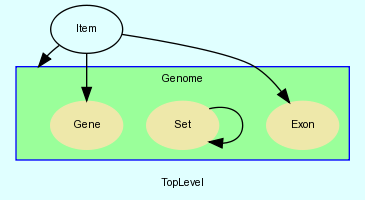
The Graphviz diagram doc/dot/f_1.png in ddiez/seqminer, before a commit. Its source is kept beside it as doc/dot/f_1.dot.
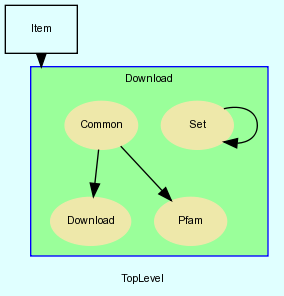
After the change.

What changed in the source:
```diff
@@ -10,68 +10,78 @@
         fontsize = 8
     ]
 
-    Item [
-        URL = "classes/Item.html",
-        label = "Item"
-    ]
-
-    Item -> Genome__Exon [
+    Download__Set -> Download__Set [
 
     ]
 
-    Genome__Set -> Genome__Set [
+    Download__Common -> Download__Download [
 
     ]
 
-    Item -> Genome__Gene [
+    Download__Common -> Download__Pfam [
 
     ]
 
-    subgraph cluster_Genome {
-        label = "Genome"
+    subgraph cluster_Download {
+        label = "Download"
         fillcolor = palegreen1
-        URL = "classes/Genome.html"
+        URL = "classes/Download.html"
         color = blue
         fontname = Arial
         style = filled
-        Genome [
+        Download [
             shape = plaintext,
             height = 0.01,
             width = 0.01,
             label = ""
         ]
 
-        Genome__Exon [
+        Download__Set [
             fontcolor = black,
             shape = ellipse,
-            URL = "classes/Genome/Exon.html",
-            color = palegoldenrod,
-            style = filled,
-            label = "Exon"
-        ]
-
-        Genome__Set [
-            fontcolor = black,
-            shape = ellipse,
-            URL = "classes/Genome/Set.html",
+            URL = "classes/Download/Set.html",
             color = palegoldenrod,
             style = filled,
             label = "Set"
         ]
 
-        Genome__Gene [
+        Download__Common [
             fontcolor = black,
             shape = ellipse,
-            URL = "classes/Genome/Gene.html",
+            URL = "classes/Download/Common.html",
             color = palegoldenrod,
             style = filled,
-            label = "Gene"
+            label = "Common"
+        ]
+
+        Download__Download [
+            fontcolor = black,
+            shape = ellipse,
+            URL = "classes/Download/Download.html",
+            color = palegoldenrod,
+            style = filled,
+            label = "Download"
+        ]
+
+        Download__Pfam [
+            fontcolor = black,
+            shape = ellipse,
+            URL = "classes/Download/Pfam.html",
+            color = palegoldenrod,
+            style = filled,
+            label = "Pfam"
         ]
 
     }
 
-    Item -> Genome [
-        lhead = cluster_Genome
+    Item [
+        shape = box,
+        URL = "classes/Item.html",
+        label = "Item"
+    ]
+
+    Item -> Download [
+        lhead = cluster_Download
     ]
 
 }
```
